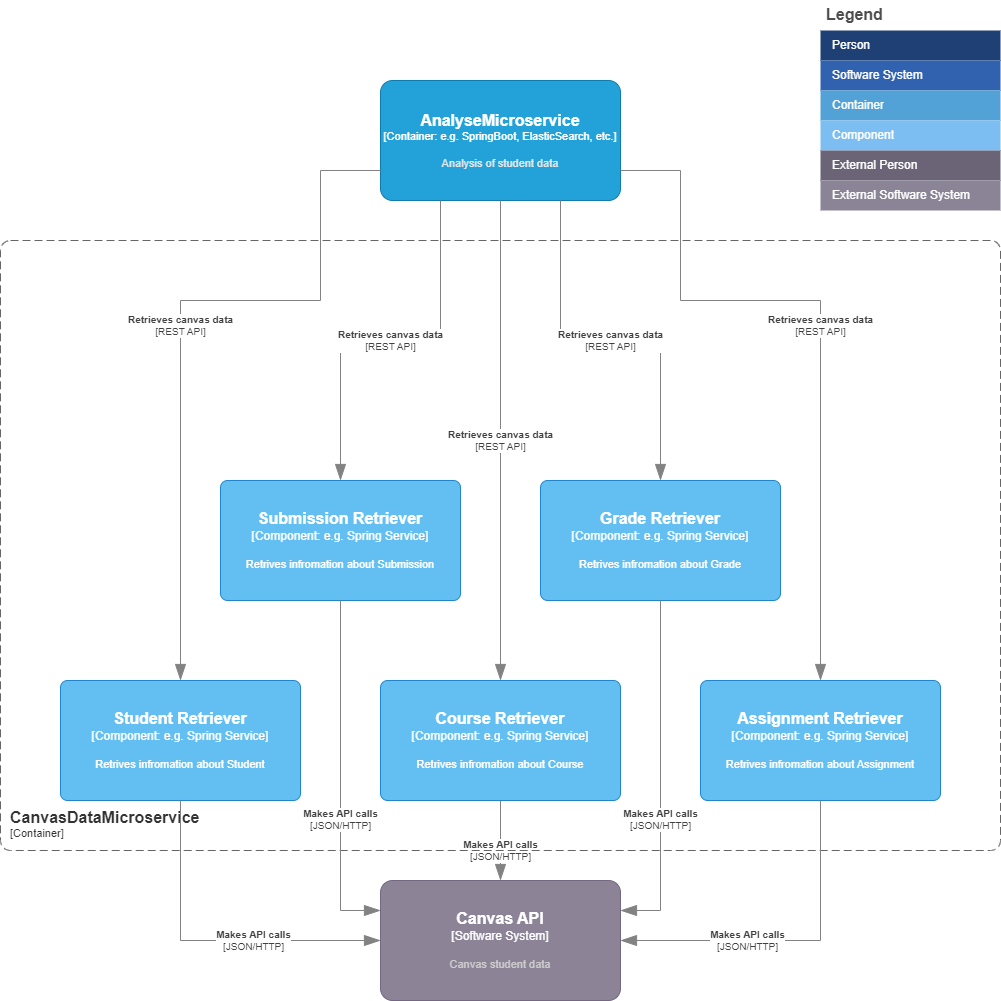
Before: Application Architecture/QSc4_3_CanvasDataMicroservice.png, a diagram exported from draw.io (quantifiedstudent/QS-Docs). Source tidied: cells renumbered, new cells last; positions are measured from the earlier drawing's top-left corner, leaving out a move shared by most shapes.
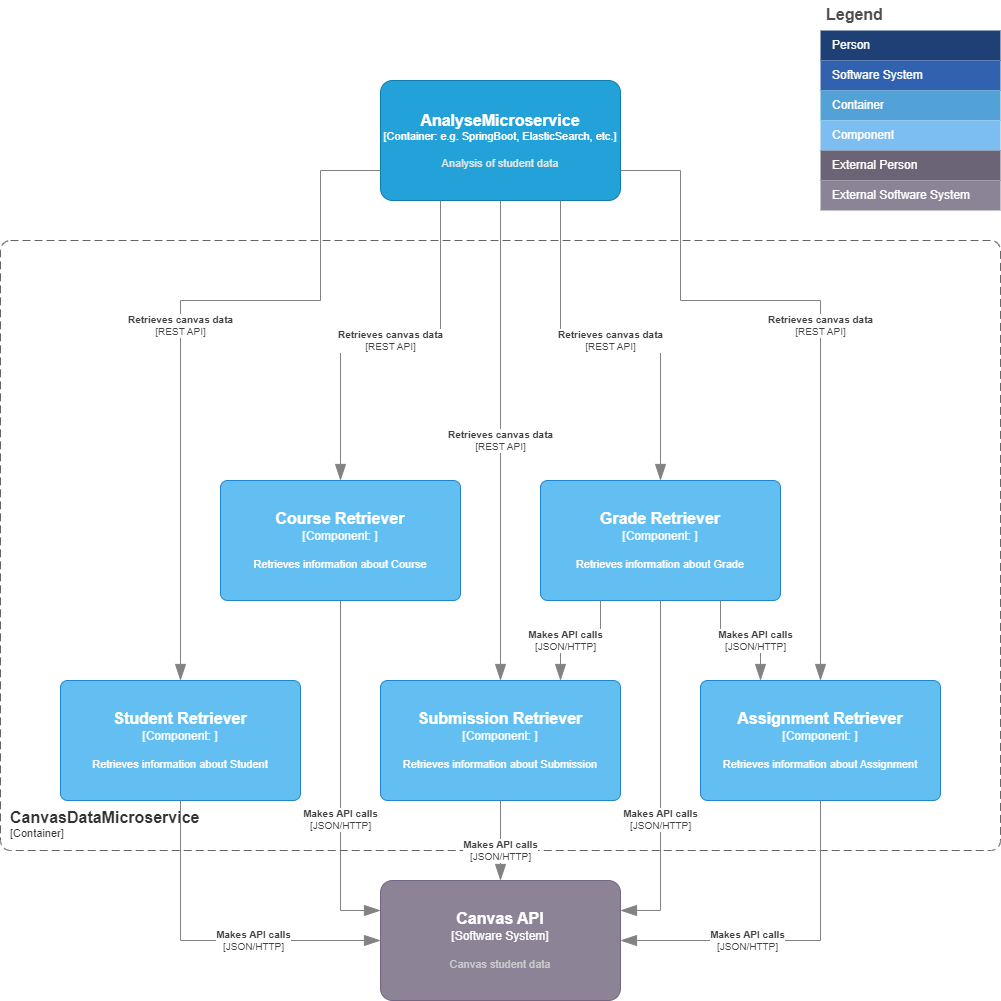
Later version of the same file.

Change to the diagram source:
```diff
@@ -42,7 +42,7 @@
       <mxGeometry width="180" height="30" as="geometry" />
     </mxCell>
     <object id="15" label="&lt;div style=&quot;text-align: left&quot;&gt;&lt;div style=&quot;text-align: center&quot;&gt;&lt;b&gt;%c4Description%&lt;/b&gt;&lt;/div&gt;&lt;div style=&quot;text-align: center&quot;&gt;[%c4Technology%]&lt;/div&gt;&lt;/div&gt;" c4Description="Makes API calls" c4Technology="JSON/HTTP" c4Type="Relationship" placeholders="1">
-      <mxCell style="endArrow=blockThin;html=1;fontSize=10;fontColor=#404040;strokeWidth=1;endFill=1;strokeColor=#828282;elbow=vertical;endSize=14;startSize=14;jumpStyle=arc;jumpSize=16;rounded=0;edgeStyle=orthogonalEdgeStyle;entryX=0.5;entryY=0;entryDx=0;entryDy=0;entryPerimeter=0;exitX=0.5;exitY=1;exitDx=0;exitDy=0;exitPerimeter=0;" parent="1" edge="1" source="21" target="17">
+      <mxCell style="endArrow=blockThin;html=1;fontSize=10;fontColor=#404040;strokeWidth=1;endFill=1;strokeColor=#828282;elbow=vertical;endSize=14;startSize=14;jumpStyle=arc;jumpSize=16;rounded=0;edgeStyle=orthogonalEdgeStyle;exitX=0.5;exitY=1;exitDx=0;exitDy=0;exitPerimeter=0;entryX=0;entryY=0.25;entryDx=0;entryDy=0;entryPerimeter=0;" parent="1" edge="1" source="21" target="17">
         <mxGeometry x="0.25" relative="1" as="geometry" />
       </mxCell>
     </object>
@@ -62,31 +62,31 @@
       </mxCell>
     </object>
     <object id="19" label="&lt;div style=&quot;text-align: left&quot;&gt;&lt;div style=&quot;text-align: center&quot;&gt;&lt;b&gt;%c4Description%&lt;/b&gt;&lt;/div&gt;&lt;div style=&quot;text-align: center&quot;&gt;[%c4Technology%]&lt;/div&gt;&lt;/div&gt;" c4Description="Retrieves canvas data" c4Technology="REST API" c4Type="Relationship" placeholders="1">
-      <mxCell style="endArrow=blockThin;html=1;fontSize=10;fontColor=#404040;strokeWidth=1;endFill=1;strokeColor=#828282;elbow=vertical;endSize=14;startSize=14;jumpStyle=arc;jumpSize=16;rounded=0;edgeStyle=orthogonalEdgeStyle;exitX=0.5;exitY=1;exitDx=0;exitDy=0;exitPerimeter=0;entryX=0.5;entryY=0;entryDx=0;entryDy=0;entryPerimeter=0;" parent="1" edge="1" source="18" target="21">
+      <mxCell style="endArrow=blockThin;html=1;fontSize=10;fontColor=#404040;strokeWidth=1;endFill=1;strokeColor=#828282;elbow=vertical;endSize=14;startSize=14;jumpStyle=arc;jumpSize=16;rounded=0;edgeStyle=orthogonalEdgeStyle;entryX=0.5;entryY=0;entryDx=0;entryDy=0;entryPerimeter=0;exitX=0.25;exitY=1;exitDx=0;exitDy=0;exitPerimeter=0;" parent="1" edge="1" source="18" target="21">
         <mxGeometry relative="1" as="geometry" />
       </mxCell>
     </object>
-    <object id="20" label="&lt;font style=&quot;font-size: 16px&quot;&gt;&lt;b&gt;%c4Name%&lt;/b&gt;&lt;/font&gt;&lt;div&gt;[%c4Type%: %c4Technology%]&lt;/div&gt;&lt;br&gt;&lt;div&gt;&lt;font style=&quot;font-size: 11px&quot;&gt;%c4Description%&lt;/font&gt;&lt;/div&gt;" c4Description="Retrives infromation about Student" c4Name="Student Retriever" c4Technology="e.g. Spring Service" c4Type="Component" placeholders="1">
+    <object id="20" label="&lt;font style=&quot;font-size: 16px&quot;&gt;&lt;b&gt;%c4Name%&lt;/b&gt;&lt;/font&gt;&lt;div&gt;[%c4Type%: %c4Technology%]&lt;/div&gt;&lt;br&gt;&lt;div&gt;&lt;font style=&quot;font-size: 11px&quot;&gt;%c4Description%&lt;/font&gt;&lt;/div&gt;" c4Description="Retrieves information about Student" c4Name="Student Retriever" c4Technology="" c4Type="Component" placeholders="1">
       <mxCell style="rounded=1;whiteSpace=wrap;html=1;labelBackgroundColor=none;fillColor=#63BEF2;fontColor=#ffffff;align=center;arcSize=6;strokeColor=#2086C9;points=[[0.25,0,0],[0.5,0,0],[0.75,0,0],[1,0.25,0],[1,0.5,0],[1,0.75,0],[0.75,1,0],[0.5,1,0],[0.25,1,0],[0,0.75,0],[0,0.5,0],[0,0.25,0]];" parent="1" vertex="1">
         <mxGeometry x="60" y="680" width="240" height="120" as="geometry" />
       </mxCell>
     </object>
-    <object id="21" label="&lt;font style=&quot;font-size: 16px&quot;&gt;&lt;b&gt;%c4Name%&lt;/b&gt;&lt;/font&gt;&lt;div&gt;[%c4Type%: %c4Technology%]&lt;/div&gt;&lt;br&gt;&lt;div&gt;&lt;font style=&quot;font-size: 11px&quot;&gt;%c4Description%&lt;/font&gt;&lt;/div&gt;" c4Description="Retrives infromation about Course" c4Name="Course Retriever" c4Technology="e.g. Spring Service" c4Type="Component" placeholders="1">
+    <object id="21" label="&lt;font style=&quot;font-size: 16px&quot;&gt;&lt;b&gt;%c4Name%&lt;/b&gt;&lt;/font&gt;&lt;div&gt;[%c4Type%: %c4Technology%]&lt;/div&gt;&lt;br&gt;&lt;div&gt;&lt;font style=&quot;font-size: 11px&quot;&gt;%c4Description%&lt;/font&gt;&lt;/div&gt;" c4Description="Retrieves information about Course" c4Name="Course Retriever" c4Technology="" c4Type="Component" placeholders="1">
       <mxCell style="rounded=1;whiteSpace=wrap;html=1;labelBackgroundColor=none;fillColor=#63BEF2;fontColor=#ffffff;align=center;arcSize=6;strokeColor=#2086C9;points=[[0.25,0,0],[0.5,0,0],[0.75,0,0],[1,0.25,0],[1,0.5,0],[1,0.75,0],[0.75,1,0],[0.5,1,0],[0.25,1,0],[0,0.75,0],[0,0.5,0],[0,0.25,0]];" parent="1" vertex="1">
-        <mxGeometry x="380" y="680" width="240" height="120" as="geometry" />
+        <mxGeometry x="220" y="480" width="240" height="120" as="geometry" />
       </mxCell>
     </object>
-    <object id="22" label="&lt;font style=&quot;font-size: 16px&quot;&gt;&lt;b&gt;%c4Name%&lt;/b&gt;&lt;/font&gt;&lt;div&gt;[%c4Type%: %c4Technology%]&lt;/div&gt;&lt;br&gt;&lt;div&gt;&lt;font style=&quot;font-size: 11px&quot;&gt;%c4Description%&lt;/font&gt;&lt;/div&gt;" c4Description="Retrives infromation about Assignment" c4Name="Assignment Retriever" c4Technology="e.g. Spring Service" c4Type="Component" placeholders="1">
+    <object id="22" label="&lt;font style=&quot;font-size: 16px&quot;&gt;&lt;b&gt;%c4Name%&lt;/b&gt;&lt;/font&gt;&lt;div&gt;[%c4Type%: %c4Technology%]&lt;/div&gt;&lt;br&gt;&lt;div&gt;&lt;font style=&quot;font-size: 11px&quot;&gt;%c4Description%&lt;/font&gt;&lt;/div&gt;" c4Description="Retrieves information about Assignment" c4Name="Assignment Retriever" c4Technology="" c4Type="Component" placeholders="1">
       <mxCell style="rounded=1;whiteSpace=wrap;html=1;labelBackgroundColor=none;fillColor=#63BEF2;fontColor=#ffffff;align=center;arcSize=6;strokeColor=#2086C9;points=[[0.25,0,0],[0.5,0,0],[0.75,0,0],[1,0.25,0],[1,0.5,0],[1,0.75,0],[0.75,1,0],[0.5,1,0],[0.25,1,0],[0,0.75,0],[0,0.5,0],[0,0.25,0]];" parent="1" vertex="1">
         <mxGeometry x="700" y="680" width="240" height="120" as="geometry" />
       </mxCell>
     </object>
-    <object id="23" label="&lt;font style=&quot;font-size: 16px&quot;&gt;&lt;b&gt;%c4Name%&lt;/b&gt;&lt;/font&gt;&lt;div&gt;[%c4Type%: %c4Technology%]&lt;/div&gt;&lt;br&gt;&lt;div&gt;&lt;font style=&quot;font-size: 11px&quot;&gt;%c4Description%&lt;/font&gt;&lt;/div&gt;" c4Description="Retrives infromation about Submission" c4Name="Submission Retriever" c4Technology="e.g. Spring Service" c4Type="Component" placeholders="1">
+    <object id="23" label="&lt;font style=&quot;font-size: 16px&quot;&gt;&lt;b&gt;%c4Name%&lt;/b&gt;&lt;/font&gt;&lt;div&gt;[%c4Type%: %c4Technology%]&lt;/div&gt;&lt;br&gt;&lt;div&gt;&lt;font style=&quot;font-size: 11px&quot;&gt;%c4Description%&lt;/font&gt;&lt;/div&gt;" c4Description="Retrieves information about Submission" c4Name="Submission Retriever" c4Technology="" c4Type="Component" placeholders="1">
       <mxCell style="rounded=1;whiteSpace=wrap;html=1;labelBackgroundColor=none;fillColor=#63BEF2;fontColor=#ffffff;align=center;arcSize=6;strokeColor=#2086C9;points=[[0.25,0,0],[0.5,0,0],[0.75,0,0],[1,0.25,0],[1,0.5,0],[1,0.75,0],[0.75,1,0],[0.5,1,0],[0.25,1,0],[0,0.75,0],[0,0.5,0],[0,0.25,0]];" parent="1" vertex="1">
-        <mxGeometry x="220" y="480" width="240" height="120" as="geometry" />
+        <mxGeometry x="380" y="680" width="240" height="120" as="geometry" />
       </mxCell>
     </object>
-    <object id="24" label="&lt;font style=&quot;font-size: 16px&quot;&gt;&lt;b&gt;%c4Name%&lt;/b&gt;&lt;/font&gt;&lt;div&gt;[%c4Type%: %c4Technology%]&lt;/div&gt;&lt;br&gt;&lt;div&gt;&lt;font style=&quot;font-size: 11px&quot;&gt;%c4Description%&lt;/font&gt;&lt;/div&gt;" c4Description="Retrives infromation about Grade" c4Name="Grade Retriever" c4Technology="e.g. Spring Service" c4Type="Component" placeholders="1">
+    <object id="24" label="&lt;font style=&quot;font-size: 16px&quot;&gt;&lt;b&gt;%c4Name%&lt;/b&gt;&lt;/font&gt;&lt;div&gt;[%c4Type%: %c4Technology%]&lt;/div&gt;&lt;br&gt;&lt;div&gt;&lt;font style=&quot;font-size: 11px&quot;&gt;%c4Description%&lt;/font&gt;&lt;/div&gt;" c4Description="Retrieves information about Grade" c4Name="Grade Retriever" c4Technology="" c4Type="Component" placeholders="1">
       <mxCell style="rounded=1;whiteSpace=wrap;html=1;labelBackgroundColor=none;fillColor=#63BEF2;fontColor=#ffffff;align=center;arcSize=6;strokeColor=#2086C9;points=[[0.25,0,0],[0.5,0,0],[0.75,0,0],[1,0.25,0],[1,0.5,0],[1,0.75,0],[0.75,1,0],[0.5,1,0],[0.25,1,0],[0,0.75,0],[0,0.5,0],[0,0.25,0]];" parent="1" vertex="1">
         <mxGeometry x="540" y="480" width="240" height="120" as="geometry" />
       </mxCell>
@@ -97,7 +97,7 @@
       </mxCell>
     </object>
     <object id="26" label="&lt;div style=&quot;text-align: left&quot;&gt;&lt;div style=&quot;text-align: center&quot;&gt;&lt;b&gt;%c4Description%&lt;/b&gt;&lt;/div&gt;&lt;div style=&quot;text-align: center&quot;&gt;[%c4Technology%]&lt;/div&gt;&lt;/div&gt;" c4Description="Makes API calls" c4Technology="JSON/HTTP" c4Type="Relationship" placeholders="1">
-      <mxCell style="endArrow=blockThin;html=1;fontSize=10;fontColor=#404040;strokeWidth=1;endFill=1;strokeColor=#828282;elbow=vertical;endSize=14;startSize=14;jumpStyle=arc;jumpSize=16;rounded=0;edgeStyle=orthogonalEdgeStyle;entryX=0;entryY=0.25;entryDx=0;entryDy=0;entryPerimeter=0;exitX=0.5;exitY=1;exitDx=0;exitDy=0;exitPerimeter=0;" parent="1" edge="1" source="23" target="17">
+      <mxCell style="endArrow=blockThin;html=1;fontSize=10;fontColor=#404040;strokeWidth=1;endFill=1;strokeColor=#828282;elbow=vertical;endSize=14;startSize=14;jumpStyle=arc;jumpSize=16;rounded=0;edgeStyle=orthogonalEdgeStyle;entryX=0.5;entryY=0;entryDx=0;entryDy=0;entryPerimeter=0;exitX=0.5;exitY=1;exitDx=0;exitDy=0;exitPerimeter=0;" parent="1" edge="1" source="23" target="17">
         <mxGeometry x="0.25" relative="1" as="geometry" />
       </mxCell>
     </object>
@@ -128,7 +128,7 @@
       </mxCell>
     </object>
     <object id="31" label="&lt;div style=&quot;text-align: left&quot;&gt;&lt;div style=&quot;text-align: center&quot;&gt;&lt;b&gt;%c4Description%&lt;/b&gt;&lt;/div&gt;&lt;div style=&quot;text-align: center&quot;&gt;[%c4Technology%]&lt;/div&gt;&lt;/div&gt;" c4Description="Retrieves canvas data" c4Technology="REST API" c4Type="Relationship" placeholders="1">
-      <mxCell style="endArrow=blockThin;html=1;fontSize=10;fontColor=#404040;strokeWidth=1;endFill=1;strokeColor=#828282;elbow=vertical;endSize=14;startSize=14;jumpStyle=arc;jumpSize=16;rounded=0;edgeStyle=orthogonalEdgeStyle;entryX=0.5;entryY=0;entryDx=0;entryDy=0;entryPerimeter=0;exitX=0.25;exitY=1;exitDx=0;exitDy=0;exitPerimeter=0;" parent="1" edge="1" source="18" target="23">
+      <mxCell style="endArrow=blockThin;html=1;fontSize=10;fontColor=#404040;strokeWidth=1;endFill=1;strokeColor=#828282;elbow=vertical;endSize=14;startSize=14;jumpStyle=arc;jumpSize=16;rounded=0;edgeStyle=orthogonalEdgeStyle;entryX=0.5;entryY=0;entryDx=0;entryDy=0;entryPerimeter=0;exitX=0.5;exitY=1;exitDx=0;exitDy=0;exitPerimeter=0;" parent="1" edge="1" source="18" target="23">
         <mxGeometry relative="1" as="geometry" />
       </mxCell>
     </object>
@@ -143,5 +143,15 @@
         </mxGeometry>
       </mxCell>
     </object>
+    <object id="33" label="&lt;div style=&quot;text-align: left&quot;&gt;&lt;div style=&quot;text-align: center&quot;&gt;&lt;b&gt;%c4Description%&lt;/b&gt;&lt;/div&gt;&lt;div style=&quot;text-align: center&quot;&gt;[%c4Technology%]&lt;/div&gt;&lt;/div&gt;" c4Description="Makes API calls" c4Technology="JSON/HTTP" c4Type="Relationship" placeholders="1">
+      <mxCell style="endArrow=blockThin;html=1;fontSize=10;fontColor=#404040;strokeWidth=1;endFill=1;strokeColor=#828282;elbow=vertical;endSize=14;startSize=14;jumpStyle=arc;jumpSize=16;rounded=0;edgeStyle=orthogonalEdgeStyle;entryX=0.75;entryY=0;entryDx=0;entryDy=0;entryPerimeter=0;exitX=0.25;exitY=1;exitDx=0;exitDy=0;exitPerimeter=0;" parent="1" edge="1" source="24" target="23">
+        <mxGeometry x="0.25" relative="1" as="geometry" />
+      </mxCell>
+    </object>
+    <object id="34" label="&lt;div style=&quot;text-align: left&quot;&gt;&lt;div style=&quot;text-align: center&quot;&gt;&lt;b&gt;%c4Description%&lt;/b&gt;&lt;/div&gt;&lt;div style=&quot;text-align: center&quot;&gt;[%c4Technology%]&lt;/div&gt;&lt;/div&gt;" c4Description="Makes API calls" c4Technology="JSON/HTTP" c4Type="Relationship" placeholders="1">
+      <mxCell style="endArrow=blockThin;html=1;fontSize=10;fontColor=#404040;strokeWidth=1;endFill=1;strokeColor=#828282;elbow=vertical;endSize=14;startSize=14;jumpStyle=arc;jumpSize=16;rounded=0;edgeStyle=orthogonalEdgeStyle;entryX=0.25;entryY=0;entryDx=0;entryDy=0;entryPerimeter=0;exitX=0.75;exitY=1;exitDx=0;exitDy=0;exitPerimeter=0;" parent="1" edge="1" source="24" target="22">
+        <mxGeometry x="0.25" relative="1" as="geometry" />
+      </mxCell>
+    </object>
   </root>
 </mxGraphModel>
```
